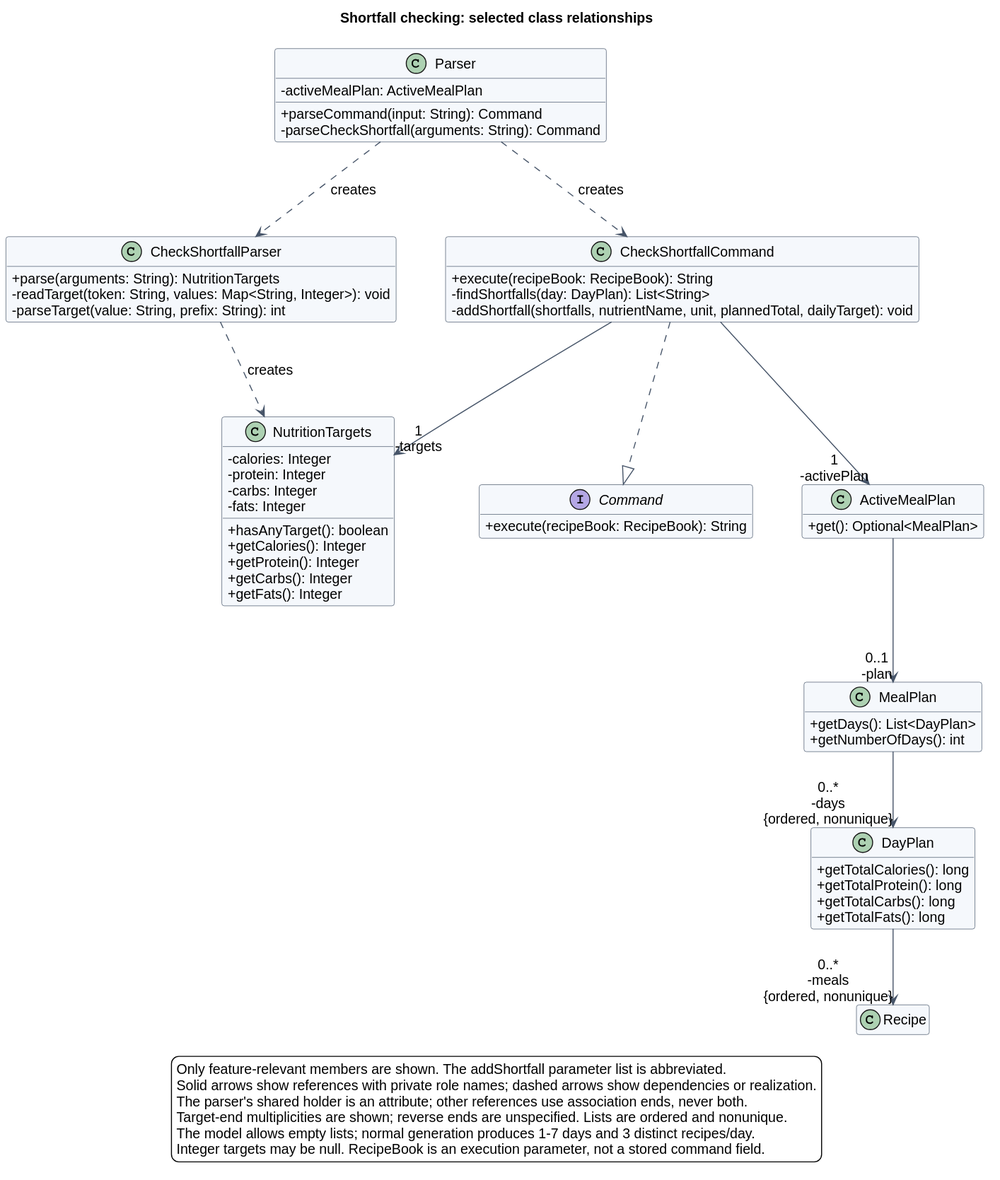
Earlier version of the PlantUML export docs/images/shortfall/classes.svg (AY2627S1-CS2113-W13-4/tp). The source it was exported from:
```plantuml
@startuml
!pragma layout smetana
!include style.iuml
title Shortfall checking: selected class relationships
top to bottom direction
skinparam nodesep 50
skinparam ranksep 75
hide empty members

class Parser {
  - activeMealPlan: ActiveMealPlan
  + parseCommand(input: String): Command
  - parseCheckShortfall(arguments: String): Command
}
class CheckShortfallParser {
  + parse(arguments: String): NutritionTargets
  - readTarget(token: String, values: Map<String, Integer>): void
  - parseTarget(value: String, prefix: String): int
}
interface Command {
  + execute(recipeBook: RecipeBook): String
}
class CheckShortfallCommand {
  + execute(recipeBook: RecipeBook): String
  - findShortfalls(day: DayPlan): List<String>
  - addShortfall(shortfalls, nutrientName, unit, plannedTotal, dailyTarget): void
}
class ActiveMealPlan {
  + get(): Optional<MealPlan>
}
class NutritionTargets {
  - calories: Integer
  - protein: Integer
  - carbs: Integer
  - fats: Integer
  + hasAnyTarget(): boolean
  + getCalories(): Integer
  + getProtein(): Integer
  + getCarbs(): Integer
  + getFats(): Integer
}
class MealPlan {
  + getDays(): List<DayPlan>
  + getNumberOfDays(): int
}
class DayPlan {
  + getTotalCalories(): long
  + getTotalProtein(): long
  + getTotalCarbs(): long
  + getTotalFats(): long
}
class Recipe

Parser ..> CheckShortfallParser : creates
Parser ..> CheckShortfallCommand : creates
CheckShortfallParser ..> NutritionTargets : creates
CheckShortfallCommand ..|> Command
CheckShortfallCommand --> "1\n-activePlan" ActiveMealPlan
CheckShortfallCommand --> "1\n-targets" NutritionTargets
ActiveMealPlan --> "0..1\n-plan" MealPlan
MealPlan --> "0..*\n-days\n{ordered, nonunique}" DayPlan
DayPlan --> "0..*\n-meals\n{ordered, nonunique}" Recipe

legend bottom
  Only feature-relevant members are shown. The addShortfall parameter list is abbreviated.
  Solid arrows show references with private role names; dashed arrows show dependencies or realization.
  The parser's shared holder is an attribute; other references use association ends, never both.
  Target-end multiplicities are shown; reverse ends are unspecified. Lists are ordered and nonunique.
  The model allows empty lists; normal generation produces 1-7 days and 3 distinct recipes/day.
  Integer targets may be null. RecipeBook is an execution parameter, not a stored command field.
endlegend
@enduml
```
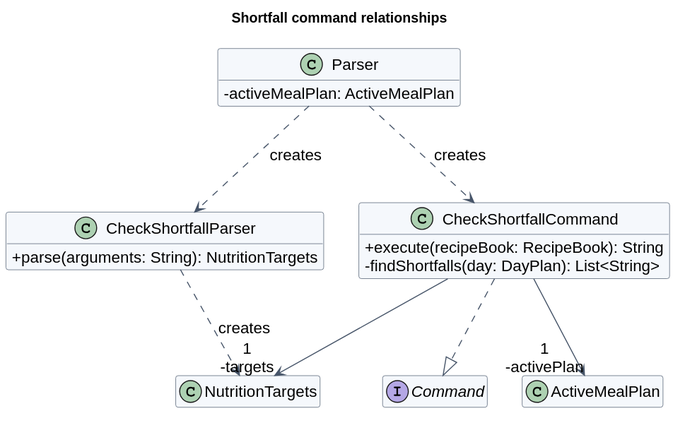
The same file after the commit.

The edit, as a diff of the source:
```diff
@@ -1,72 +1,28 @@
 @startuml
 !pragma layout smetana
-!include style.iuml
-title Shortfall checking: selected class relationships
+!include readable.iuml
+title Shortfall command relationships
 top to bottom direction
-skinparam nodesep 50
 skinparam ranksep 75
+skinparam nodesep 35
 hide empty members
-
 class Parser {
-  - activeMealPlan: ActiveMealPlan
-  + parseCommand(input: String): Command
-  - parseCheckShortfall(arguments: String): Command
+ - activeMealPlan: ActiveMealPlan
 }
 class CheckShortfallParser {
-  + parse(arguments: String): NutritionTargets
-  - readTarget(token: String, values: Map<String, Integer>): void
-  - parseTarget(value: String, prefix: String): int
+ + parse(arguments: String): NutritionTargets
 }
-interface Command {
-  + execute(recipeBook: RecipeBook): String
+interface Command
+class CheckShortfallCommand {
+ + execute(recipeBook: RecipeBook): String
+ - findShortfalls(day: DayPlan): List<String>
 }
-class CheckShortfallCommand {
-  + execute(recipeBook: RecipeBook): String
-  - findShortfalls(day: DayPlan): List<String>
-  - addShortfall(shortfalls, nutrientName, unit, plannedTotal, dailyTarget): void
-}
-class ActiveMealPlan {
-  + get(): Optional<MealPlan>
-}
-class NutritionTargets {
-  - calories: Integer
-  - protein: Integer
-  - carbs: Integer
-  - fats: Integer
-  + hasAnyTarget(): boolean
-  + getCalories(): Integer
-  + getProtein(): Integer
-  + getCarbs(): Integer
-  + getFats(): Integer
-}
-class MealPlan {
-  + getDays(): List<DayPlan>
-  + getNumberOfDays(): int
-}
-class DayPlan {
-  + getTotalCalories(): long
-  + getTotalProtein(): long
-  + getTotalCarbs(): long
-  + getTotalFats(): long
-}
-class Recipe
-
+class ActiveMealPlan
+class NutritionTargets
 Parser ..> CheckShortfallParser : creates
 Parser ..> CheckShortfallCommand : creates
 CheckShortfallParser ..> NutritionTargets : creates
 CheckShortfallCommand ..|> Command
 CheckShortfallCommand --> "1\n-activePlan" ActiveMealPlan
 CheckShortfallCommand --> "1\n-targets" NutritionTargets
-ActiveMealPlan --> "0..1\n-plan" MealPlan
-MealPlan --> "0..*\n-days\n{ordered, nonunique}" DayPlan
-DayPlan --> "0..*\n-meals\n{ordered, nonunique}" Recipe
-
-legend bottom
-  Only feature-relevant members are shown. The addShortfall parameter list is abbreviated.
-  Solid arrows show references with private role names; dashed arrows show dependencies or realization.
-  The parser's shared holder is an attribute; other references use association ends, never both.
-  Target-end multiplicities are shown; reverse ends are unspecified. Lists are ordered and nonunique.
-  The model allows empty lists; normal generation produces 1-7 days and 3 distinct recipes/day.
-  Integer targets may be null. RecipeBook is an execution parameter, not a stored command field.
-endlegend
 @enduml
```
